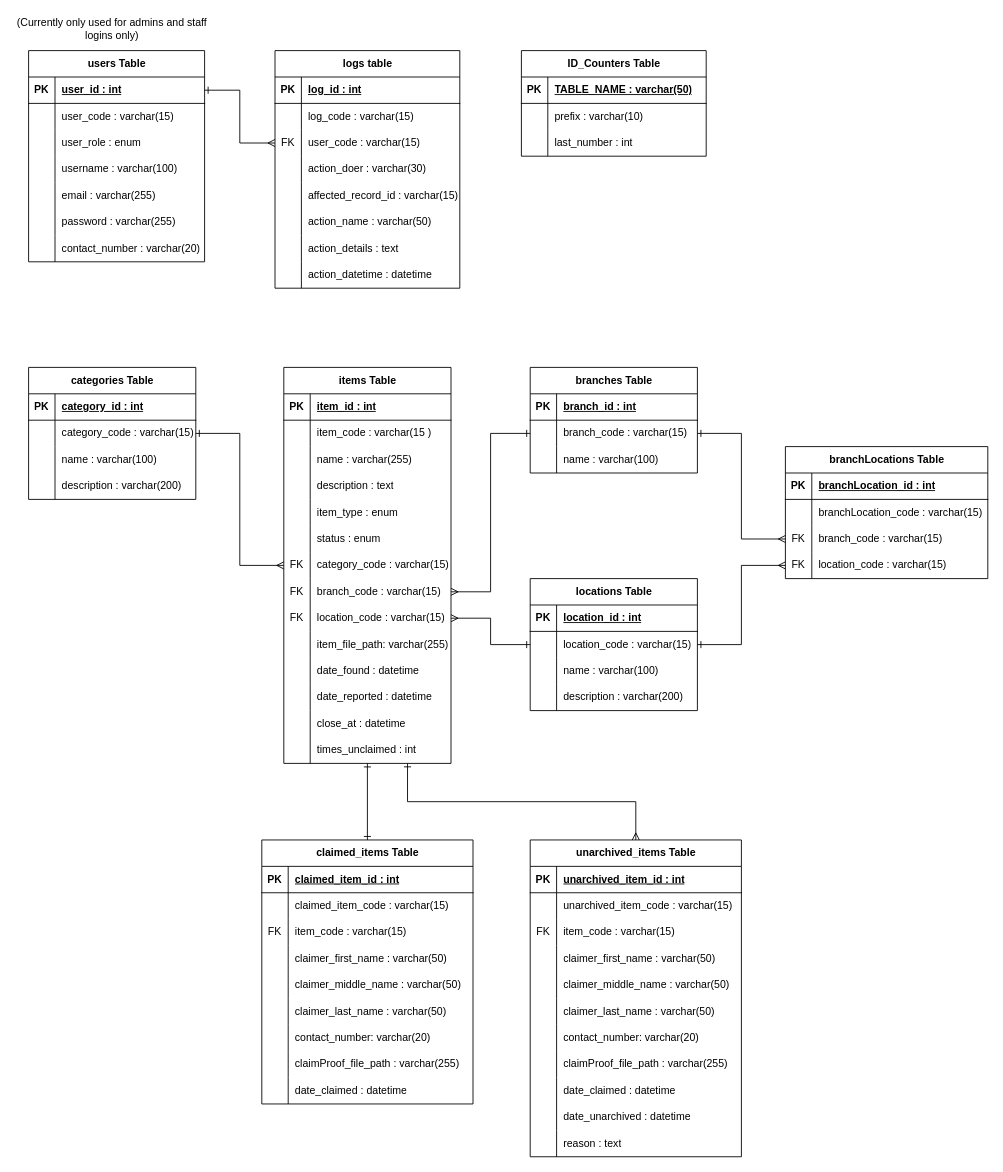
Before: Documentation/GApangita ERD.drawio in Chanraku/GApangita, a draw.io diagram. Source tidied: cells renumbered, new cells numbered last; positions are measured from the earlier drawing's top-left corner, leaving out a move shared by most shapes. Both pictures are drawn from the tidied source at 88%, with x=0, y=0 at pixel (15, 15).
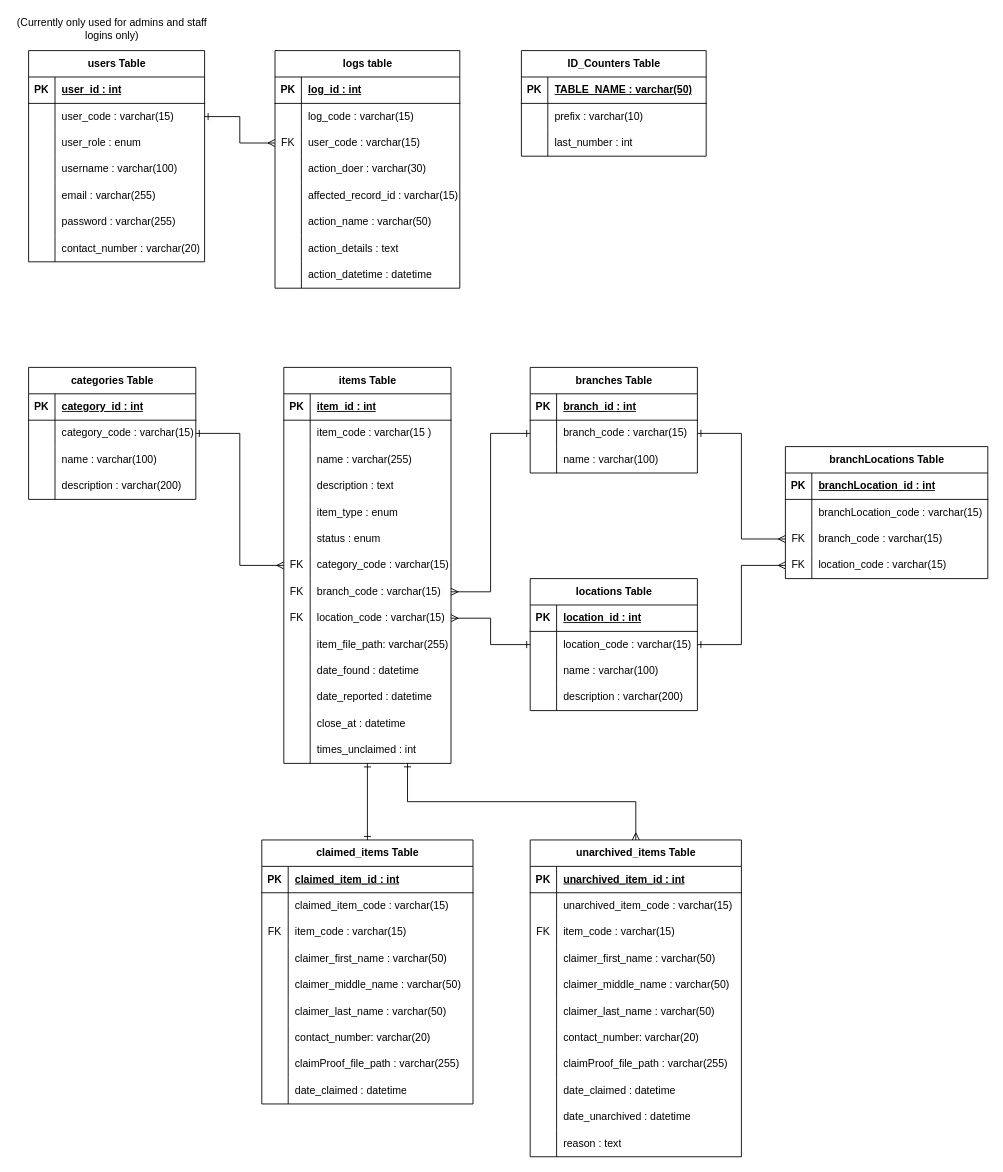
The same diagram, later.

Commit message:
Slight change of link point

The change refers to these unchanged cells:
```xml
<mxCell id="17" style="shape=tableRow;horizontal=0;startSize=0;swimlaneHead=0;swimlaneBody=0;fillColor=none;points=[[0,0.5],[1,0.5]];portConstraint=eastwest;top=0;left=0;right=0;bottom=1;" parent="16" vertex="1">
  <mxGeometry y="30" width="200" height="30" as="geometry" />
</mxCell>
<mxCell id="20" style="shape=tableRow;horizontal=0;startSize=0;swimlaneHead=0;swimlaneBody=0;fillColor=none;points=[[0,0.5],[1,0.5]];portConstraint=eastwest;top=0;left=0;right=0;bottom=0;" parent="16" vertex="1">
  <mxGeometry y="60" width="200" height="30" as="geometry" />
</mxCell>
<mxCell id="203" style="shape=tableRow;horizontal=0;startSize=0;swimlaneHead=0;swimlaneBody=0;fillColor=none;points=[[0,0.5],[1,0.5]];portConstraint=eastwest;top=0;left=0;right=0;bottom=0;" parent="196" vertex="1">
  <mxGeometry y="90" width="210" height="30" as="geometry" />
</mxCell>
```

What changed in the source:
```diff
@@
-    <mxCell id="15" style="edgeStyle=orthogonalEdgeStyle;rounded=0;jettySize=auto;html=1;entryX=0;entryY=0.5;entryDx=0;entryDy=0;exitX=1;exitY=0.5;exitDx=0;exitDy=0;startArrow=ERone;startFill=0;endArrow=ERmany;endFill=0;" parent="1" edge="1" source="17" target="203">
+    <mxCell id="15" style="edgeStyle=orthogonalEdgeStyle;rounded=0;jettySize=auto;html=1;entryX=0;entryY=0.5;entryDx=0;entryDy=0;exitX=1;exitY=0.5;exitDx=0;exitDy=0;startArrow=ERone;startFill=0;endArrow=ERmany;endFill=0;" parent="1" edge="1" source="20" target="203">
       <mxGeometry relative="1" as="geometry" />
     </mxCell>
```
